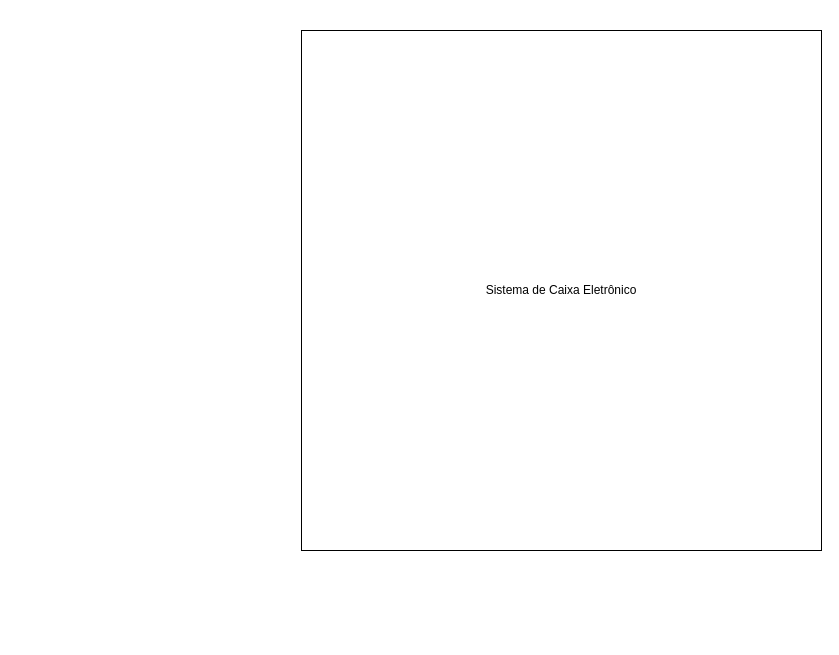
Before: page "Página-2" (2 of 2) of Diagrama sem nome.drawio in lucassead/diagramasderequisitos, a draw.io diagram. Source tidied: cells renumbered, new cells numbered last; positions are measured from the earlier drawing's top-left corner, leaving out a move shared by most shapes. Both pictures are drawn from the tidied source at 100%, with x=0, y=0 at pixel (301, 30).
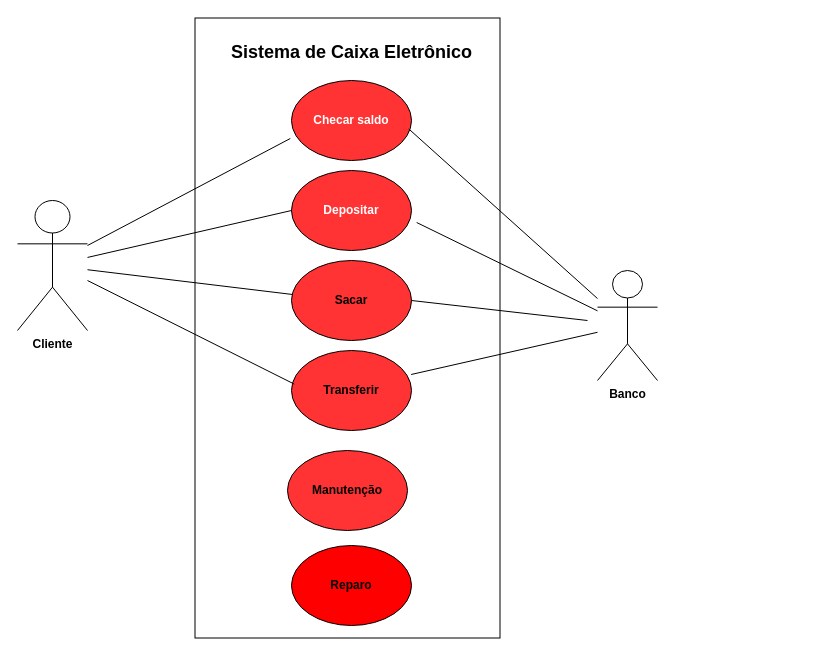
Above is the later version.

What changed in the source:
```diff
@@
+    <mxCell id="3" value="&lt;b&gt;Cliente&lt;/b&gt;" style="shape=umlActor;verticalLabelPosition=bottom;verticalAlign=top;html=1;outlineConnect=0;" parent="1" vertex="1">
+      <mxGeometry x="-284" y="170" width="70" height="130" as="geometry" />
+    </mxCell>
+    <mxCell id="4" style="rounded=0;whiteSpace=wrap;html=1;rotation=90;" parent="1" vertex="1">
+      <mxGeometry x="-264" y="145" width="620" height="305" as="geometry" />
+    </mxCell>
+    <mxCell id="5" value="&lt;b&gt;&lt;font style=&quot;color: rgb(255, 255, 255);&quot;&gt;Checar saldo&lt;/font&gt;&lt;/b&gt;" style="ellipse;whiteSpace=wrap;html=1;fillColor=light-dark(#FF3333,var(--ge-dark-color, #121212));" parent="1" vertex="1">
+      <mxGeometry x="-10" y="50" width="120" height="80" as="geometry" />
+    </mxCell>
+    <mxCell id="6" value="&lt;b&gt;&lt;font style=&quot;color: rgb(255, 255, 255);&quot;&gt;Depositar&lt;/font&gt;&lt;/b&gt;" style="ellipse;whiteSpace=wrap;html=1;fillColor=light-dark(#FF3333,var(--ge-dark-color, #121212));" parent="1" vertex="1">
+      <mxGeometry x="-10" y="140" width="120" height="80" as="geometry" />
+    </mxCell>
+    <mxCell id="7" value="&lt;b&gt;Sacar&lt;/b&gt;" style="ellipse;whiteSpace=wrap;html=1;fillColor=light-dark(#FF3333,var(--ge-dark-color, #121212));" parent="1" vertex="1">
+      <mxGeometry x="-10" y="230" width="120" height="80" as="geometry" />
+    </mxCell>
+    <mxCell id="8" value="&lt;b&gt;Transferir&lt;/b&gt;" style="ellipse;whiteSpace=wrap;html=1;fillColor=light-dark(#FF3333,var(--ge-dark-color, #121212));" parent="1" vertex="1">
+      <mxGeometry x="-10" y="320" width="120" height="80" as="geometry" />
+    </mxCell>
-    <mxCell id="2" value="&lt;div style=&quot;line-height: 160%;&quot;&gt;Sistema de Caixa Eletrônico&lt;/div&gt;" style="whiteSpace=wrap;html=1;" parent="1" vertex="1">
-      <mxGeometry width="520" height="520" as="geometry" />
+    <mxCell id="2" value="&lt;font style=&quot;font-size: 18px;&quot;&gt;Sistema de Caixa Eletrônico&lt;/font&gt;" style="text;strokeColor=none;fillColor=none;html=1;fontSize=24;fontStyle=1;verticalAlign=middle;align=center;" parent="1" vertex="1">
+      <mxGeometry width="100" height="40" as="geometry" />
     </mxCell>
+    <mxCell id="9" style="endArrow=none;html=1;rounded=0;entryX=-0.01;entryY=0.725;entryDx=0;entryDy=0;entryPerimeter=0;" parent="1" edge="1" target="5">
+      <mxGeometry relative="1" as="geometry">
+        <mxPoint x="-214" y="215" as="sourcePoint" />
+      </mxGeometry>
+    </mxCell>
+    <mxCell id="10" style="endArrow=none;html=1;rounded=0;entryX=0;entryY=0.5;entryDx=0;entryDy=0;" parent="1" edge="1" source="3" target="6">
+      <mxGeometry relative="1" as="geometry" />
+    </mxCell>
+    <mxCell id="11" style="endArrow=none;html=1;rounded=0;entryX=0.01;entryY=0.425;entryDx=0;entryDy=0;entryPerimeter=0;" parent="1" edge="1" source="3" target="7">
+      <mxGeometry relative="1" as="geometry" />
+    </mxCell>
+    <mxCell id="12" style="endArrow=none;html=1;rounded=0;entryX=0.023;entryY=0.42;entryDx=0;entryDy=0;entryPerimeter=0;" parent="1" edge="1" target="8">
+      <mxGeometry relative="1" as="geometry">
+        <mxPoint x="-214" y="250" as="sourcePoint" />
+      </mxGeometry>
+    </mxCell>
+    <mxCell id="13" value="&lt;b&gt;Banco&lt;/b&gt;" style="shape=umlActor;verticalLabelPosition=bottom;verticalAlign=top;html=1;outlineConnect=0;" parent="1" vertex="1">
+      <mxGeometry x="296" y="240" width="60" height="110" as="geometry" />
+    </mxCell>
+    <mxCell id="14" style="endArrow=none;html=1;rounded=0;exitX=0.977;exitY=0.605;exitDx=0;exitDy=0;exitPerimeter=0;" parent="1" edge="1" source="5" target="13">
+      <mxGeometry relative="1" as="geometry" />
+    </mxCell>
+    <mxCell id="15" style="endArrow=none;html=1;rounded=0;entryX=1.043;entryY=0.65;entryDx=0;entryDy=0;entryPerimeter=0;" parent="1" edge="1" source="13" target="6">
+      <mxGeometry relative="1" as="geometry" />
+    </mxCell>
+    <mxCell id="16" style="endArrow=none;html=1;rounded=0;exitX=1;exitY=0.5;exitDx=0;exitDy=0;" parent="1" edge="1" source="7">
+      <mxGeometry relative="1" as="geometry">
+        <mxPoint x="286" y="290" as="targetPoint" />
+      </mxGeometry>
+    </mxCell>
+    <mxCell id="17" style="endArrow=none;html=1;rounded=0;exitX=0.997;exitY=0.3;exitDx=0;exitDy=0;exitPerimeter=0;" parent="1" edge="1" source="8" target="13">
+      <mxGeometry relative="1" as="geometry" />
+    </mxCell>
+    <mxCell id="18" value="&lt;b&gt;Manutenção&lt;/b&gt;" style="ellipse;whiteSpace=wrap;html=1;fillColor=light-dark(#FF3333,var(--ge-dark-color, #121212));" parent="1" vertex="1">
+      <mxGeometry x="-14" y="420" width="120" height="80" as="geometry" />
+    </mxCell>
+    <mxCell id="19" value="&lt;b&gt;Reparo&lt;/b&gt;" style="ellipse;whiteSpace=wrap;html=1;fillColor=light-dark(#FF0000,var(--ge-dark-color, #121212));" parent="1" vertex="1">
+      <mxGeometry x="-10" y="515" width="120" height="80" as="geometry" />
+    </mxCell>
```
